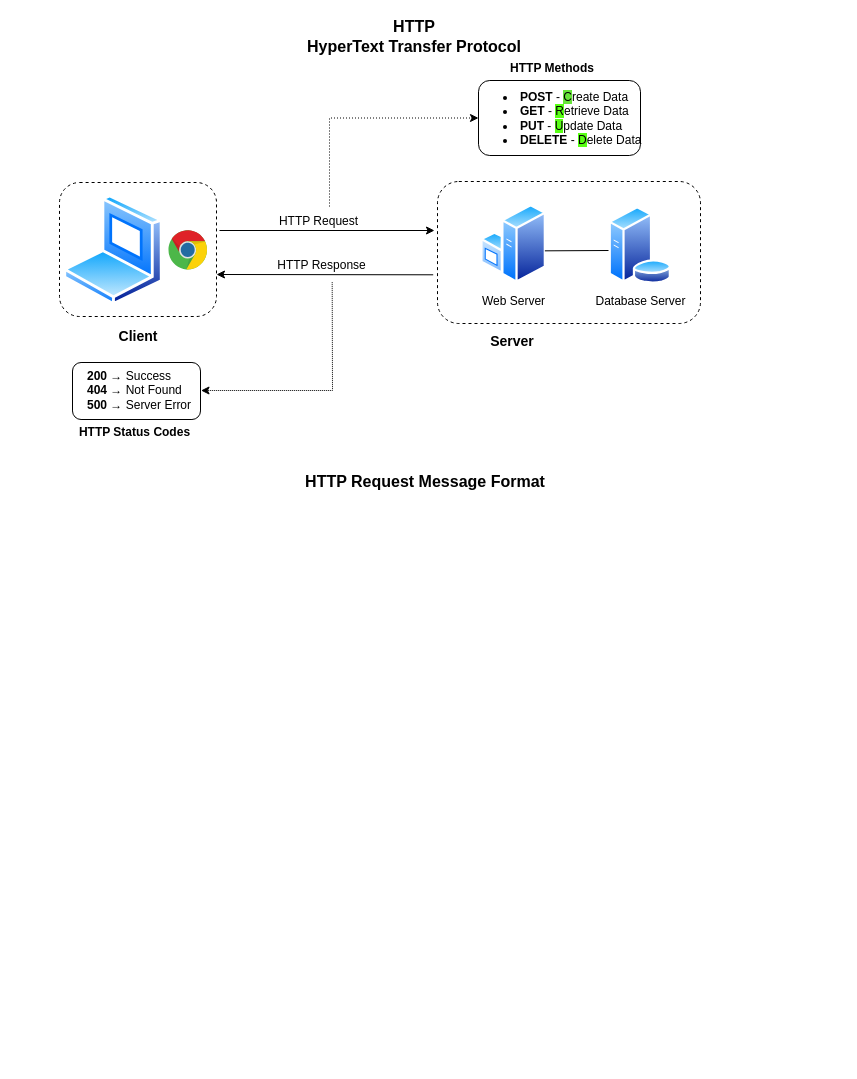
Above: page "HTTP" (5 of 11) of JS Client Server.drawio in phyowaihtoon/JavaScriptCourse-Batch1 (draw.io), before the change. Source tidied: cells renumbered, new cells numbered last; positions are measured from the earlier drawing's top-left corner, leaving out a move shared by most shapes. Both pictures are drawn from the tidied source at 100%, with x=0, y=0 at pixel (17, 18).
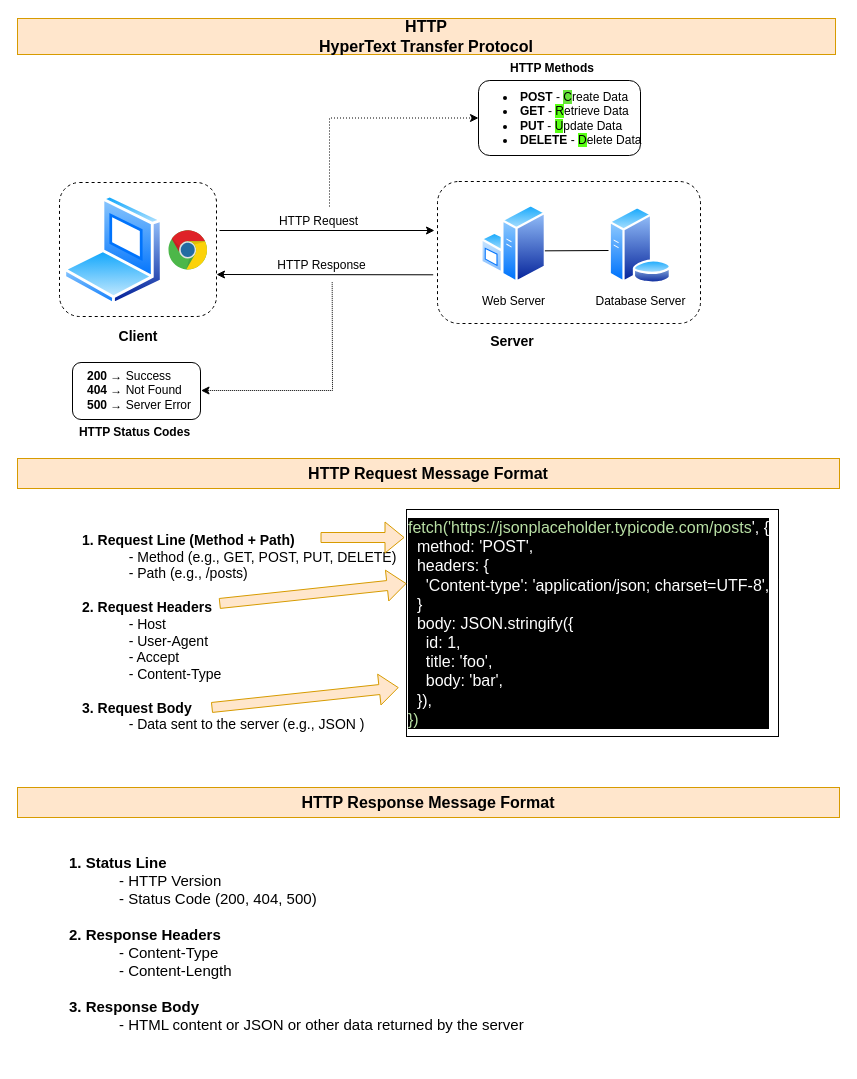
After the change.

Diff of the diagram source:
```diff
@@
-    <mxCell id="4" value="&lt;font&gt;&lt;b&gt;&lt;span&gt;HTTP&lt;/span&gt;&lt;/b&gt;&lt;/font&gt;&lt;div&gt;&lt;b&gt;&lt;span&gt;HyperText Transfer Protocol&lt;/span&gt;&lt;/b&gt;&lt;/div&gt;" style="text;html=1;whiteSpace=wrap;strokeColor=none;fillColor=none;align=center;verticalAlign=middle;rounded=0;fontStyle=0;fontSize=16;" parent="1" vertex="1">
-      <mxGeometry width="794" height="36" as="geometry" />
+    <mxCell id="4" value="&lt;font&gt;&lt;b&gt;&lt;span&gt;HTTP&lt;/span&gt;&lt;/b&gt;&lt;/font&gt;&lt;div&gt;&lt;b&gt;&lt;span&gt;HyperText Transfer Protocol&lt;/span&gt;&lt;/b&gt;&lt;/div&gt;" style="text;html=1;whiteSpace=wrap;strokeColor=#d79b00;fillColor=#ffe6cc;align=center;verticalAlign=middle;rounded=0;fontStyle=0;fontSize=16;" parent="1" vertex="1">
+      <mxGeometry width="818" height="36" as="geometry" />
     </mxCell>
@@
-    <mxCell id="25" value="HTTP Request Message Format" style="text;html=1;whiteSpace=wrap;strokeColor=none;fillColor=none;align=center;verticalAlign=middle;rounded=0;fontStyle=1;fontSize=16;" parent="1" vertex="1">
-      <mxGeometry y="448" width="816" height="30" as="geometry" />
+    <mxCell id="25" value="HTTP Request Message Format" style="text;html=1;whiteSpace=wrap;strokeColor=#d79b00;fillColor=#ffe6cc;align=center;verticalAlign=middle;rounded=0;fontStyle=1;fontSize=16;" parent="1" vertex="1">
+      <mxGeometry y="440" width="822" height="30" as="geometry" />
     </mxCell>
+    <mxCell id="26" value="&lt;div&gt;&lt;font style=&quot;font-size: 14px;&quot;&gt;&lt;b&gt;1. Request Line (Method + Path)&lt;/b&gt;&lt;/font&gt;&lt;/div&gt;&lt;div&gt;&lt;font style=&quot;font-size: 14px;&quot;&gt;&amp;nbsp; &amp;nbsp; &amp;nbsp; &amp;nbsp; &amp;nbsp; &amp;nbsp; - Method (e.g., GET, POST, PUT, DELETE)&lt;/font&gt;&lt;/div&gt;&lt;div&gt;&lt;font style=&quot;font-size: 14px;&quot;&gt;&amp;nbsp; &amp;nbsp; &amp;nbsp; &amp;nbsp; &amp;nbsp; &amp;nbsp; - Path (e.g., /posts)&lt;/font&gt;&lt;/div&gt;&lt;div&gt;&lt;font style=&quot;font-size: 14px;&quot;&gt;&lt;br&gt;&lt;/font&gt;&lt;/div&gt;&lt;div&gt;&lt;font style=&quot;font-size: 14px;&quot;&gt;&lt;b&gt;2. Request Headers&lt;/b&gt;&lt;/font&gt;&lt;/div&gt;&lt;div&gt;&lt;font style=&quot;font-size: 14px;&quot;&gt;&amp;nbsp; &amp;nbsp; &amp;nbsp; &amp;nbsp; &amp;nbsp; &amp;nbsp; - Host&lt;/font&gt;&lt;/div&gt;&lt;div&gt;&lt;font style=&quot;font-size: 14px;&quot;&gt;&amp;nbsp; &amp;nbsp; &amp;nbsp; &amp;nbsp; &amp;nbsp; &amp;nbsp; - User-Agent&lt;/font&gt;&lt;/div&gt;&lt;div&gt;&lt;font style=&quot;font-size: 14px;&quot;&gt;&amp;nbsp; &amp;nbsp; &amp;nbsp; &amp;nbsp; &amp;nbsp; &amp;nbsp; - Accept&lt;/font&gt;&lt;/div&gt;&lt;div&gt;&lt;font style=&quot;font-size: 14px;&quot;&gt;&amp;nbsp; &amp;nbsp; &amp;nbsp; &amp;nbsp; &amp;nbsp; &amp;nbsp; - Content-Type&lt;/font&gt;&lt;/div&gt;&lt;div&gt;&lt;font style=&quot;font-size: 14px;&quot;&gt;&lt;br&gt;&lt;/font&gt;&lt;/div&gt;&lt;div&gt;&lt;font style=&quot;font-size: 14px;&quot;&gt;&lt;b&gt;3. Request Body&lt;/b&gt;&lt;/font&gt;&lt;/div&gt;&lt;div style=&quot;&quot;&gt;&lt;font style=&quot;font-size: 14px;&quot;&gt;&amp;nbsp; &amp;nbsp; &amp;nbsp; &amp;nbsp; &amp;nbsp; &amp;nbsp; - Data sent to the server (e.g., JSON )&lt;/font&gt;&lt;/div&gt;" style="text;html=1;whiteSpace=wrap;strokeColor=none;fillColor=none;align=left;verticalAlign=middle;rounded=0;" parent="1" vertex="1">
+      <mxGeometry x="63" y="495" width="324.5" height="238" as="geometry" />
+    </mxCell>
+    <mxCell id="27" value="&lt;div&gt;&lt;font style=&quot;font-size: 16px;&quot;&gt;&lt;font style=&quot;color: rgb(185, 224, 165);&quot;&gt;fetch('https://jsonplaceholder.typicode.com/posts&lt;/font&gt;', {&lt;/font&gt;&lt;/div&gt;&lt;div&gt;&lt;font style=&quot;font-size: 16px;&quot;&gt;&amp;nbsp; method: 'POST',&lt;/font&gt;&lt;/div&gt;&lt;div&gt;&lt;font style=&quot;font-size: 16px;&quot;&gt;&amp;nbsp; headers: {&lt;/font&gt;&lt;/div&gt;&lt;div&gt;&lt;font style=&quot;font-size: 16px;&quot;&gt;&amp;nbsp; &amp;nbsp; 'Content-type': 'application/json; charset=UTF-8',&lt;/font&gt;&lt;/div&gt;&lt;div&gt;&lt;font style=&quot;font-size: 16px;&quot;&gt;&amp;nbsp; }&lt;/font&gt;&lt;/div&gt;&lt;div&gt;&lt;font style=&quot;font-size: 16px;&quot;&gt;&amp;nbsp; body: JSON.stringify({&lt;/font&gt;&lt;/div&gt;&lt;div&gt;&lt;font style=&quot;font-size: 16px;&quot;&gt;&amp;nbsp; &amp;nbsp; id: 1,&lt;/font&gt;&lt;/div&gt;&lt;div&gt;&lt;font style=&quot;font-size: 16px;&quot;&gt;&amp;nbsp; &amp;nbsp; title: 'foo',&lt;/font&gt;&lt;/div&gt;&lt;div&gt;&lt;font style=&quot;font-size: 16px;&quot;&gt;&amp;nbsp; &amp;nbsp; body: 'bar',&lt;/font&gt;&lt;/div&gt;&lt;div&gt;&lt;font style=&quot;font-size: 16px;&quot;&gt;&amp;nbsp; }),&lt;/font&gt;&lt;/div&gt;&lt;div style=&quot;&quot;&gt;&lt;font style=&quot;color: rgb(185, 224, 165); font-size: 16px;&quot;&gt;})&lt;/font&gt;&lt;/div&gt;" style="rounded=0;whiteSpace=wrap;html=1;align=left;labelBackgroundColor=#000000;fontColor=#FFFFFF;" parent="1" vertex="1">
+      <mxGeometry x="389" y="491" width="372" height="227" as="geometry" />
+    </mxCell>
+    <mxCell id="28" style="shape=flexArrow;endArrow=classic;html=1;rounded=0;labelBackgroundColor=light-dark(#51bd53, #ededed);fillColor=#ffe6cc;strokeColor=#d79b00;" parent="1" edge="1">
+      <mxGeometry relative="1" as="geometry">
+        <mxPoint x="303" y="519" as="sourcePoint" />
+        <mxPoint x="387" y="519" as="targetPoint" />
+      </mxGeometry>
+    </mxCell>
+    <mxCell id="29" style="shape=flexArrow;endArrow=classic;html=1;rounded=0;labelBackgroundColor=light-dark(#51bd53, #ededed);fillColor=#ffe6cc;strokeColor=#d79b00;entryX=-0.005;entryY=0.306;entryDx=0;entryDy=0;entryPerimeter=0;" parent="1" edge="1">
+      <mxGeometry relative="1" as="geometry">
+        <mxPoint x="201.8" y="585" as="sourcePoint" />
+        <mxPoint x="389" y="565" as="targetPoint" />
+      </mxGeometry>
+    </mxCell>
+    <mxCell id="30" style="shape=flexArrow;endArrow=classic;html=1;rounded=0;labelBackgroundColor=light-dark(#51bd53, #ededed);fillColor=#ffe6cc;strokeColor=#d79b00;entryX=-0.005;entryY=0.306;entryDx=0;entryDy=0;entryPerimeter=0;" parent="1" edge="1">
+      <mxGeometry relative="1" as="geometry">
+        <mxPoint x="194" y="689" as="sourcePoint" />
+        <mxPoint x="381.2" y="669" as="targetPoint" />
+      </mxGeometry>
+    </mxCell>
+    <mxCell id="31" value="HTTP Response Message Format" style="text;html=1;whiteSpace=wrap;strokeColor=#d79b00;fillColor=#ffe6cc;align=center;verticalAlign=middle;rounded=0;fontStyle=1;fontSize=16;" parent="1" vertex="1">
+      <mxGeometry y="769" width="822" height="30" as="geometry" />
+    </mxCell>
+    <mxCell id="32" value="&lt;div&gt;&lt;span&gt;&lt;b&gt;1. Status Line&lt;/b&gt;&lt;/span&gt;&lt;/div&gt;&lt;div&gt;&lt;span&gt;&lt;b&gt;&amp;nbsp; &amp;nbsp; &amp;nbsp; &amp;nbsp; &amp;nbsp;&lt;/b&gt; &amp;nbsp; - HTTP Version&lt;/span&gt;&lt;/div&gt;&lt;div&gt;&lt;span&gt;&amp;nbsp; &amp;nbsp; &amp;nbsp; &amp;nbsp; &amp;nbsp; &amp;nbsp; - Status Code (200, 404, 500)&lt;/span&gt;&lt;/div&gt;&lt;div&gt;&lt;span&gt;&lt;br&gt;&lt;/span&gt;&lt;/div&gt;&lt;div&gt;&lt;span&gt;&lt;b&gt;2. Response Headers&lt;/b&gt;&lt;/span&gt;&lt;/div&gt;&lt;div&gt;&lt;span&gt;&lt;b&gt;&amp;nbsp; &amp;nbsp; &amp;nbsp;&lt;/b&gt; &amp;nbsp; &amp;nbsp; &amp;nbsp; - Content-Type&lt;/span&gt;&lt;/div&gt;&lt;div&gt;&lt;span&gt;&amp;nbsp; &amp;nbsp; &amp;nbsp; &amp;nbsp; &amp;nbsp; &amp;nbsp; - Content-Length&lt;/span&gt;&lt;/div&gt;&lt;div&gt;&lt;span&gt;&lt;br&gt;&lt;/span&gt;&lt;/div&gt;&lt;div&gt;&lt;span&gt;&lt;b&gt;3. Response Body&lt;/b&gt;&lt;/span&gt;&lt;/div&gt;&lt;div&gt;&lt;span&gt;&lt;b&gt;&amp;nbsp; &amp;nbsp; &amp;nbsp; &amp;nbsp; &amp;nbsp; &amp;nbsp; &lt;/b&gt;- HTML content or JSON or other data returned by the server&lt;/span&gt;&lt;/div&gt;" style="text;html=1;whiteSpace=wrap;strokeColor=none;fillColor=none;align=left;verticalAlign=middle;rounded=0;fontSize=15;" parent="1" vertex="1">
+      <mxGeometry x="49.8" y="806" width="503.5" height="238" as="geometry" />
+    </mxCell>
```
